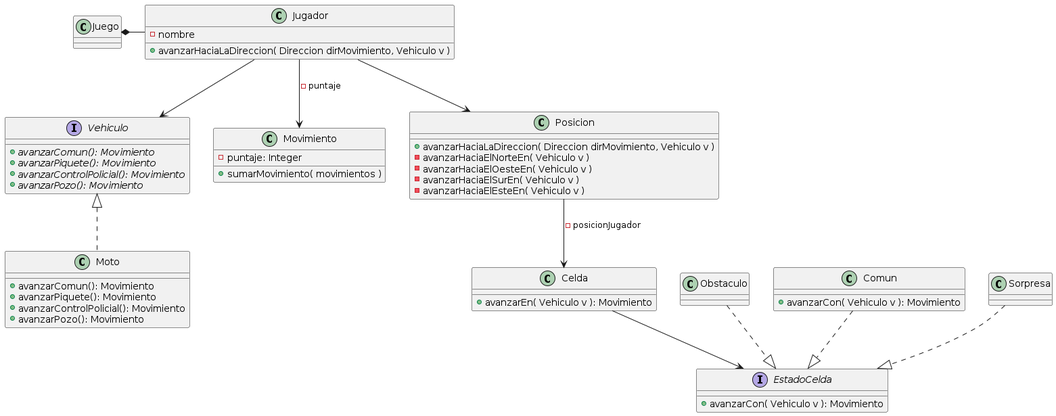
The PlantUML diagram diagrams/borradores/imagenes/DiagramaClase_v0_2.png in rodrigovzq/algo3_tp2, before a commit.
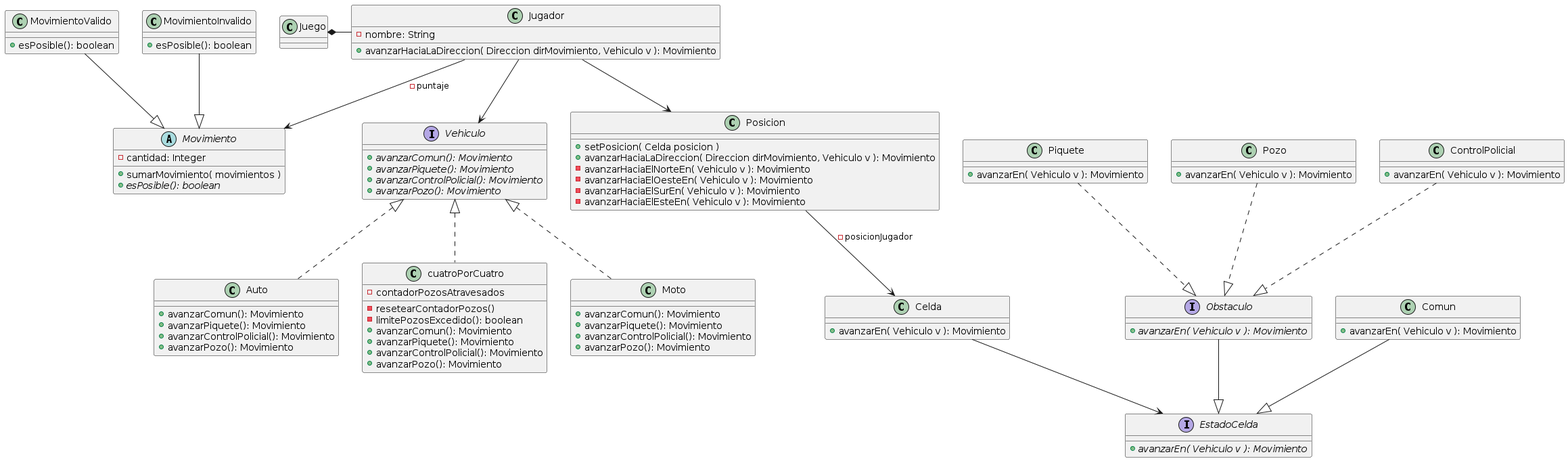
After the commit.

The edit, as a diff of the source:
```diff
@@ -4,10 +4,21 @@
 
 Juego *-right- Jugador
 
-class Movimiento{
-    - puntaje: Integer
+abstract class Movimiento{
+    - cantidad: Integer
     + sumarMovimiento( movimientos )
+    + {abstract} esPosible(): boolean
 }
+
+class MovimientoValido{
+    + esPosible(): boolean
+}
+class MovimientoInvalido{
+    +  esPosible(): boolean
+}
+
+MovimientoValido --|> Movimiento
+MovimientoInvalido --|> Movimiento
 
 interface Vehiculo{
     + {abstract} avanzarComun(): Movimiento
@@ -17,6 +28,8 @@
 }
 
 Moto .up.|> Vehiculo
+Auto .up.|> Vehiculo
+cuatroPorCuatro .up.|> Vehiculo
 
 class Moto{
     + avanzarComun(): Movimiento
@@ -24,10 +37,28 @@
     + avanzarControlPolicial(): Movimiento
     + avanzarPozo(): Movimiento
 }
+class Auto{
+    + avanzarComun(): Movimiento
+    + avanzarPiquete(): Movimiento
+    + avanzarControlPolicial(): Movimiento
+    + avanzarPozo(): Movimiento
+}
+class cuatroPorCuatro{
+    - contadorPozosAtravesados
+    - resetearContadorPozos()
+    - limitePozosExcedido(): boolean
+    + avanzarComun(): Movimiento
+    + avanzarPiquete(): Movimiento
+    + avanzarControlPolicial(): Movimiento
+    + avanzarPozo(): Movimiento
+}
+
+
+
 
 class Jugador{
-    - nombre
-    + avanzarHaciaLaDireccion( Direccion dirMovimiento, Vehiculo v )
+    - nombre: String
+    + avanzarHaciaLaDireccion( Direccion dirMovimiento, Vehiculo v ): Movimiento
 }
 
 Jugador -down-> Vehiculo
@@ -35,11 +66,12 @@
 Jugador --> Posicion
 
 class Posicion{
-    + avanzarHaciaLaDireccion( Direccion dirMovimiento, Vehiculo v )
-    - avanzarHaciaElNorteEn( Vehiculo v )
-    - avanzarHaciaElOesteEn( Vehiculo v )
-    - avanzarHaciaElSurEn( Vehiculo v )
-    - avanzarHaciaElEsteEn( Vehiculo v )
+    + setPosicion( Celda posicion )
+    + avanzarHaciaLaDireccion( Direccion dirMovimiento, Vehiculo v ): Movimiento
+    - avanzarHaciaElNorteEn( Vehiculo v ): Movimiento
+    - avanzarHaciaElOesteEn( Vehiculo v ): Movimiento
+    - avanzarHaciaElSurEn( Vehiculo v ): Movimiento
+    - avanzarHaciaElEsteEn( Vehiculo v ): Movimiento
 }
 
 Posicion --> Celda: - posicionJugador
@@ -52,15 +84,33 @@
 
 
 interface EstadoCelda{
-    + avanzarCon( Vehiculo v ): Movimiento
+    + {abstract} avanzarEn( Vehiculo v ): Movimiento
 }
 
-Obstaculo ..|> EstadoCelda
-Comun ..|> EstadoCelda
-Sorpresa ..|> EstadoCelda
+Obstaculo --|> EstadoCelda
+Comun --|> EstadoCelda
 
 class Comun{
-    + avanzarCon( Vehiculo v ): Movimiento
+    + avanzarEn( Vehiculo v ): Movimiento
 }
 
+interface Obstaculo{
+    + {abstract} avanzarEn( Vehiculo v ): Movimiento
+}
+
+class Piquete{
+    + avanzarEn( Vehiculo v ): Movimiento
+}
+class Pozo{
+    + avanzarEn( Vehiculo v ): Movimiento
+}
+class ControlPolicial{
+    + avanzarEn( Vehiculo v ): Movimiento
+}
+
+Piquete ..|> Obstaculo
+Pozo ..|> Obstaculo
+ControlPolicial ..|> Obstaculo
+
+
 @enduml
```
